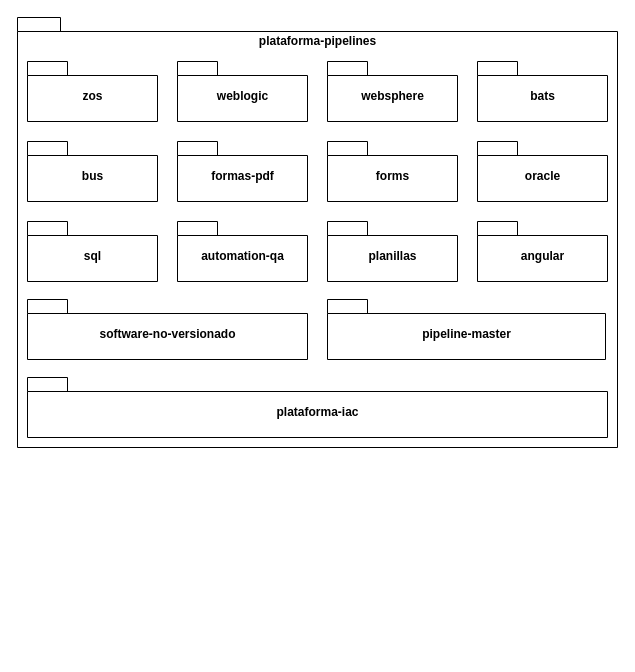
Before: images/logica-pipelines-nivel-0.drawio in fjroldan/diagrams, a draw.io diagram. Source tidied: cells renumbered, new cells numbered last; positions are measured from the earlier drawing's top-left corner, leaving out a move shared by most shapes. Both pictures are drawn from the tidied source at 100%, with x=0, y=0 at pixel (17, 17).
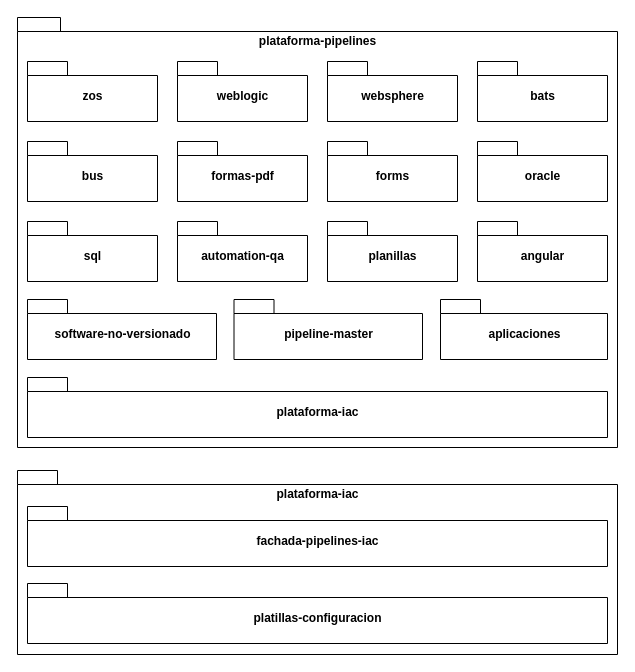
The same diagram, later.

The edit, as a diff of the source:
```diff
@@
     <mxCell id="16" value="software-no-versionado" style="shape=folder;fontStyle=1;spacingTop=10;tabWidth=40;tabHeight=14;tabPosition=left;html=1;" parent="1" vertex="1">
-      <mxGeometry x="10" y="282" width="280" height="60" as="geometry" />
+      <mxGeometry x="10" y="282" width="189" height="60" as="geometry" />
     </mxCell>
     <mxCell id="17" value="pipeline-master" style="shape=folder;fontStyle=1;spacingTop=10;tabWidth=40;tabHeight=14;tabPosition=left;html=1;" parent="1" vertex="1">
-      <mxGeometry x="310" y="282" width="278" height="60" as="geometry" />
+      <mxGeometry x="216.5" y="282" width="188.5" height="60" as="geometry" />
     </mxCell>
+    <mxCell id="18" value="plataforma-iac" style="shape=folder;fontStyle=1;spacingTop=10;tabWidth=40;tabHeight=14;tabPosition=left;html=1;verticalAlign=top;" parent="1" vertex="1">
+      <mxGeometry y="453" width="600" height="184" as="geometry" />
+    </mxCell>
+    <mxCell id="19" value="fachada-pipelines-iac" style="shape=folder;fontStyle=1;spacingTop=10;tabWidth=40;tabHeight=14;tabPosition=left;html=1;" parent="1" vertex="1">
+      <mxGeometry x="10" y="489" width="580" height="60" as="geometry" />
+    </mxCell>
+    <mxCell id="20" value="platillas-configuracion" style="shape=folder;fontStyle=1;spacingTop=10;tabWidth=40;tabHeight=14;tabPosition=left;html=1;" parent="1" vertex="1">
+      <mxGeometry x="10" y="566" width="580" height="60" as="geometry" />
+    </mxCell>
+    <mxCell id="21" value="aplicaciones" style="shape=folder;fontStyle=1;spacingTop=10;tabWidth=40;tabHeight=14;tabPosition=left;html=1;" parent="1" vertex="1">
+      <mxGeometry x="423" y="282" width="167" height="60" as="geometry" />
+    </mxCell>
```
